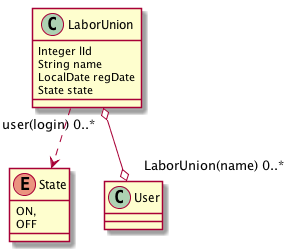
Above: src/model/Model.png in coldvmoon/luckystar (PlantUML), before the change. Its diagram source:
```plantuml
@startuml
	class LaborUnion  {
		Integer lId
		String name
		LocalDate regDate
		State state
	}
	LaborUnion ..> State
	enum State {
		ON,
		OFF
	}
	LaborUnion  "user(login) 0..* " o--o "LaborUnion(name) 0..* "  User
	class User  {
	}
@enduml
```
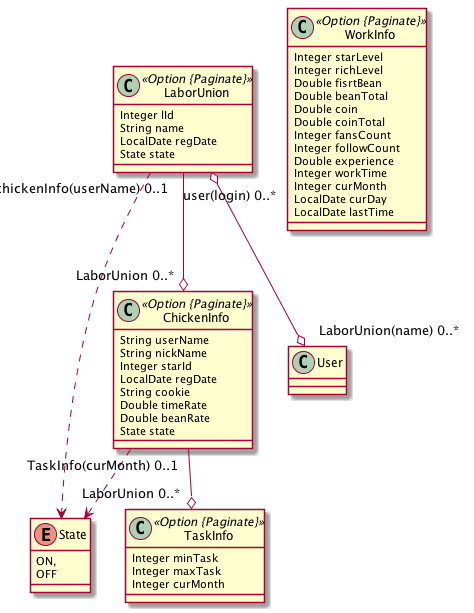
After the commit.

Diff of the diagram source:
```diff
@@ -1,5 +1,5 @@
 @startuml
-	class LaborUnion  {
+	class LaborUnion <<Option {Paginate}>> {
 		Integer lId
 		String name
 		LocalDate regDate
@@ -10,6 +10,39 @@
 		ON,
 		OFF
 	}
+	class ChickenInfo <<Option {Paginate}>> {
+		String userName
+		String nickName
+		Integer starId
+		LocalDate regDate
+		String cookie
+		Double timeRate
+		Double beanRate
+		State state
+	}
+	ChickenInfo ..> State
+	class TaskInfo <<Option {Paginate}>> {
+		Integer minTask
+		Integer maxTask
+		Integer curMonth
+	}
+	class WorkInfo <<Option {Paginate}>> {
+		Integer starLevel
+		Integer richLevel
+		Double fisrtBean
+		Double beanTotal
+		Double coin
+		Double coinTotal
+		Integer fansCount
+		Integer followCount
+		Double experience
+		Integer workTime
+		Integer curMonth
+		LocalDate curDay
+		LocalDate lastTime
+	}
+	LaborUnion  "chickenInfo(userName) 0..1 " --o "LaborUnion 0..* "  ChickenInfo
+	ChickenInfo  "TaskInfo(curMonth) 0..1 " --o "LaborUnion 0..* "  TaskInfo
 	LaborUnion  "user(login) 0..* " o--o "LaborUnion(name) 0..* "  User
 	class User  {
 	}
```
